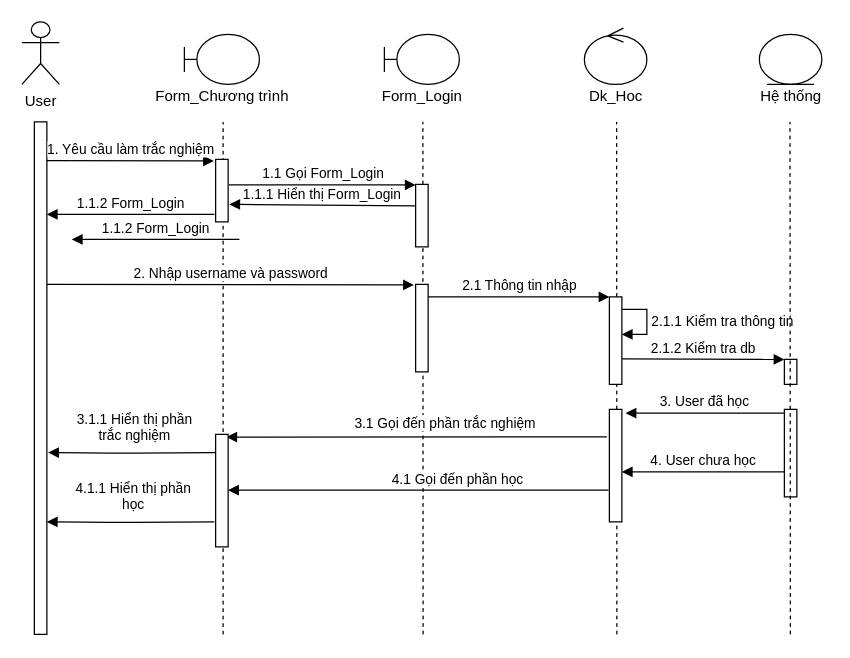
Above: Đề cương/Diagram/user-học.drawio in Thangvanle2000/dkt-learning (draw.io), before the change. Source tidied: cells renumbered, new cells numbered last; positions are measured from the earlier drawing's top-left corner, leaving out a move shared by most shapes. Both pictures are drawn from the tidied source at 125%, with x=0, y=0 at pixel (21, 21).
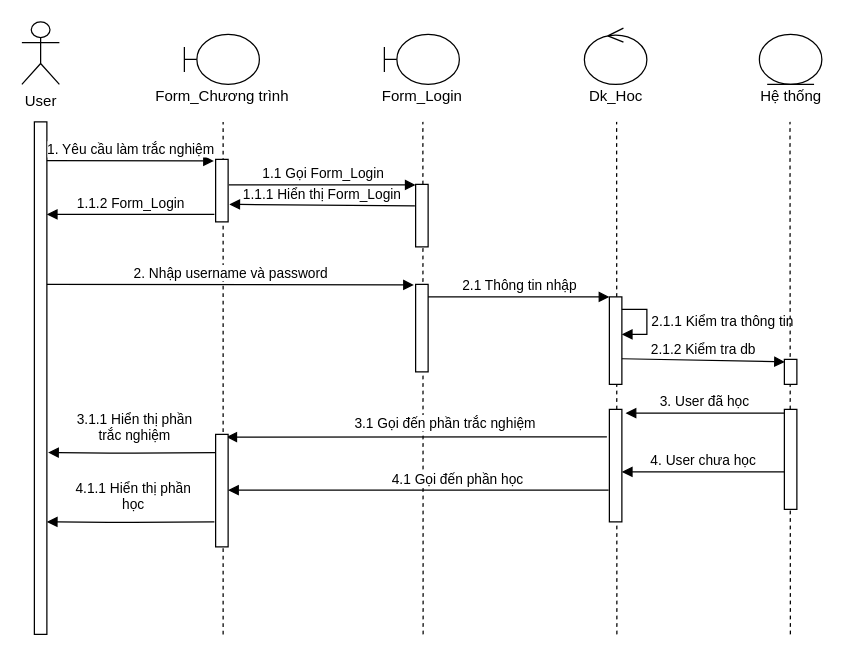
The same diagram, later.

Change to the diagram source:
```diff
@@
-    <mxCell id="26" style="html=1;points=[];perimeter=orthogonalPerimeter;" parent="1" vertex="1">
-      <mxGeometry x="610" y="270" width="10" height="20" as="geometry" />
-    </mxCell>
-    <mxCell id="27" value="2.1.2 Kiểm tra db" style="html=1;verticalAlign=bottom;endArrow=block;" parent="1" edge="1">
+    <mxCell id="27" value="2.1.2 Kiểm tra db" style="html=1;verticalAlign=bottom;endArrow=block;entryX=0.04;entryY=0.1;entryDx=0;entryDy=0;entryPerimeter=0;" parent="1" edge="1" target="26">
       <mxGeometry relative="1" as="geometry">
         <mxPoint x="480" y="269.5" as="sourcePoint" />
-        <mxPoint x="610" y="270" as="targetPoint" />
       </mxGeometry>
     </mxCell>
-    <mxCell id="28" style="html=1;perimeter=orthogonalPerimeter;" parent="1" vertex="1">
-      <mxGeometry x="610" y="310" width="10" height="70" as="geometry" />
-    </mxCell>
-    <mxCell id="29" style="endArrow=none;dashed=1;html=1;" parent="1" edge="1">
-      <mxGeometry relative="1" as="geometry">
-        <mxPoint x="614.8" y="490" as="sourcePoint" />
-        <mxPoint x="614.5" y="80" as="targetPoint" />
-      </mxGeometry>
-    </mxCell>
@@
-    <mxCell id="36" value="1.1.2 Form_Login" style="html=1;verticalAlign=bottom;endArrow=block;" parent="1" edge="1">
-      <mxGeometry relative="1" as="geometry">
-        <mxPoint x="174" y="174" as="sourcePoint" />
-        <mxPoint x="40" y="174" as="targetPoint" />
-      </mxGeometry>
-    </mxCell>
@@
+    <mxCell id="39" style="endArrow=none;dashed=1;html=1;" parent="1" edge="1">
+      <mxGeometry relative="1" as="geometry">
+        <mxPoint x="614.8" y="490" as="sourcePoint" />
+        <mxPoint x="614.5" y="80" as="targetPoint" />
+      </mxGeometry>
+    </mxCell>
+    <mxCell id="26" style="html=1;points=[];perimeter=orthogonalPerimeter;" parent="1" vertex="1">
+      <mxGeometry x="610" y="270" width="10" height="20" as="geometry" />
+    </mxCell>
+    <mxCell id="40" style="html=1;perimeter=orthogonalPerimeter;" parent="1" vertex="1">
+      <mxGeometry x="610" y="310" width="10" height="80" as="geometry" />
+    </mxCell>
```
